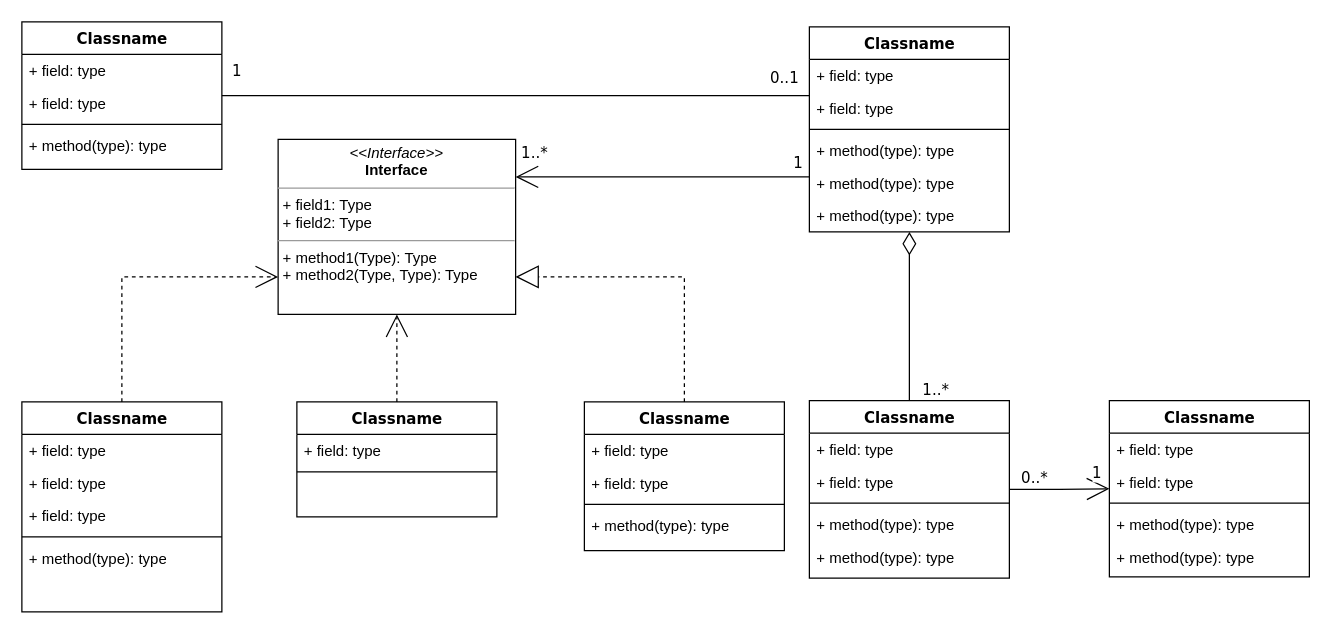
This is Untitled Diagram.drawio from mfanSM/diagramFlowchart, a draw.io file, before an edit. Source tidied: cells renumbered, new cells numbered last; positions are measured from the earlier drawing's top-left corner, leaving out a move shared by most shapes. Both pictures are drawn from the tidied source at 125%, with x=0, y=0 at pixel (21, 21).
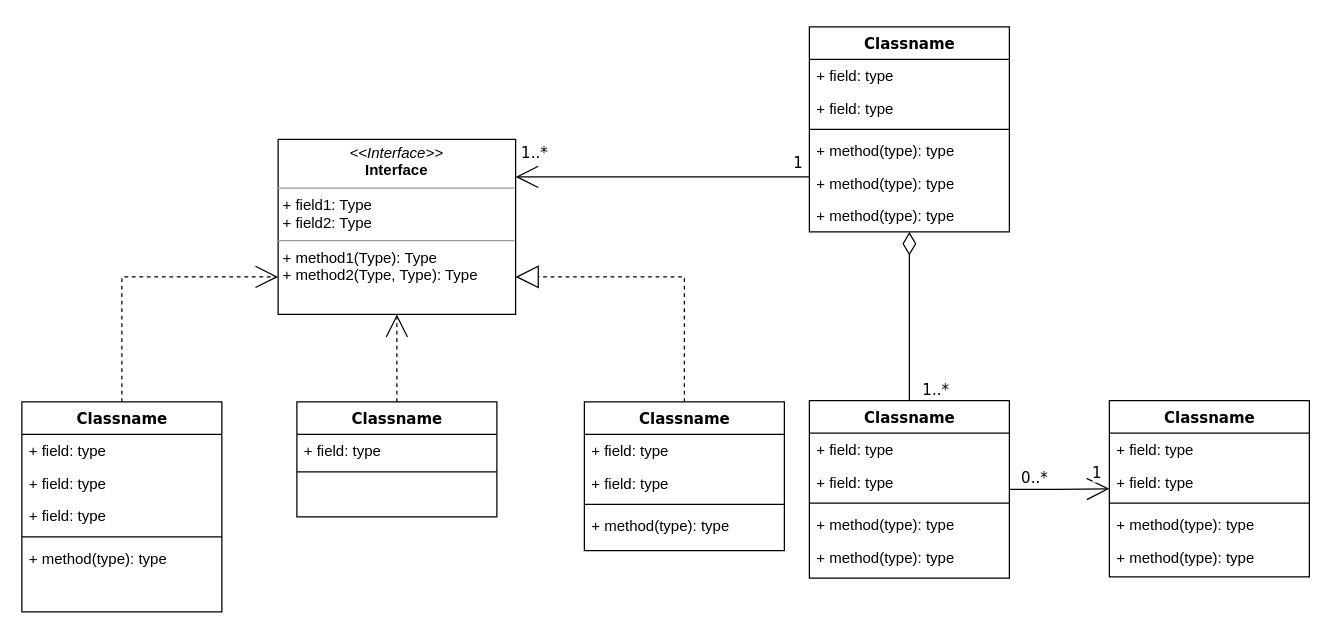
The same diagram, later.

Commit message:
Dashboard diagram

Unchanged cells that the change refers to:
```xml
<mxCell id="20" value="Classname" style="swimlane;html=1;fontStyle=1;align=center;verticalAlign=top;horizontal=1;startSize=26;swimlaneFillColor=#ffffff;rounded=0;shadow=0;comic=0;labelBackgroundColor=none;strokeWidth=1;fillColor=none;fontFamily=Verdana;fontSize=12;" parent="1" vertex="1">
  <mxGeometry x="630" y="4" width="160" height="164" as="geometry" />
</mxCell>
```

The edit, as a diff of the source:
```diff
@@
-    <mxCell id="9" value="Classname" style="swimlane;html=1;fontStyle=1;align=center;verticalAlign=top;horizontal=1;startSize=26;swimlaneFillColor=#ffffff;rounded=0;shadow=0;comic=0;labelBackgroundColor=none;strokeWidth=1;fillColor=none;fontFamily=Verdana;fontSize=12;" parent="1" vertex="1">
-      <mxGeometry width="160" height="118" as="geometry" />
-    </mxCell>
-    <mxCell id="10" value="+ field: type" style="text;html=1;strokeColor=none;fillColor=none;align=left;verticalAlign=top;spacingLeft=4;spacingRight=4;whiteSpace=wrap;overflow=hidden;" parent="9" vertex="1">
-      <mxGeometry y="26" width="160" height="26" as="geometry" />
-    </mxCell>
-    <mxCell id="11" value="+ field: type" style="text;html=1;strokeColor=none;fillColor=none;align=left;verticalAlign=top;spacingLeft=4;spacingRight=4;whiteSpace=wrap;overflow=hidden;" parent="9" vertex="1">
-      <mxGeometry y="52" width="160" height="26" as="geometry" />
-    </mxCell>
-    <mxCell id="12" style="line;html=1;strokeWidth=1;fillColor=none;align=left;verticalAlign=middle;spacingTop=-1;spacingLeft=3;spacingRight=3;labelPosition=right;" parent="9" vertex="1">
-      <mxGeometry y="78" width="160" height="8" as="geometry" />
-    </mxCell>
-    <mxCell id="13" value="+ method(type): type" style="text;html=1;strokeColor=none;fillColor=none;align=left;verticalAlign=top;spacingLeft=4;spacingRight=4;whiteSpace=wrap;overflow=hidden;" parent="9" vertex="1">
-      <mxGeometry y="86" width="160" height="26" as="geometry" />
-    </mxCell>
@@
-    <mxCell id="17" style="edgeStyle=orthogonalEdgeStyle;rounded=0;html=1;labelBackgroundColor=none;startArrow=none;startFill=0;startSize=8;endArrow=none;endFill=0;endSize=16;fontFamily=Verdana;fontSize=12;" parent="1" edge="1" source="20" target="9">
-      <mxGeometry relative="1" as="geometry">
-        <Array as="points">
-          <mxPoint x="530" y="59" />
-          <mxPoint x="530" y="59" />
-        </Array>
-      </mxGeometry>
-    </mxCell>
-    <mxCell id="18" value="0..1" style="text;html=1;align=center;verticalAlign=middle;labelBackgroundColor=#ffffff;fontSize=12;fontFamily=Verdana;" parent="17" vertex="1">
-      <mxGeometry x="-0.57" y="-86" relative="1" as="geometry">
-        <mxPoint x="80" y="71" as="offset" />
-      </mxGeometry>
-    </mxCell>
-    <mxCell id="19" value="1" style="text;html=1;align=center;verticalAlign=middle;labelBackgroundColor=#ffffff;fontSize=12;fontFamily=Verdana;" parent="17" vertex="1">
-      <mxGeometry x="0.89" y="-1" relative="1" as="geometry">
-        <mxPoint x="-15" y="-19" as="offset" />
-      </mxGeometry>
-    </mxCell>
```
